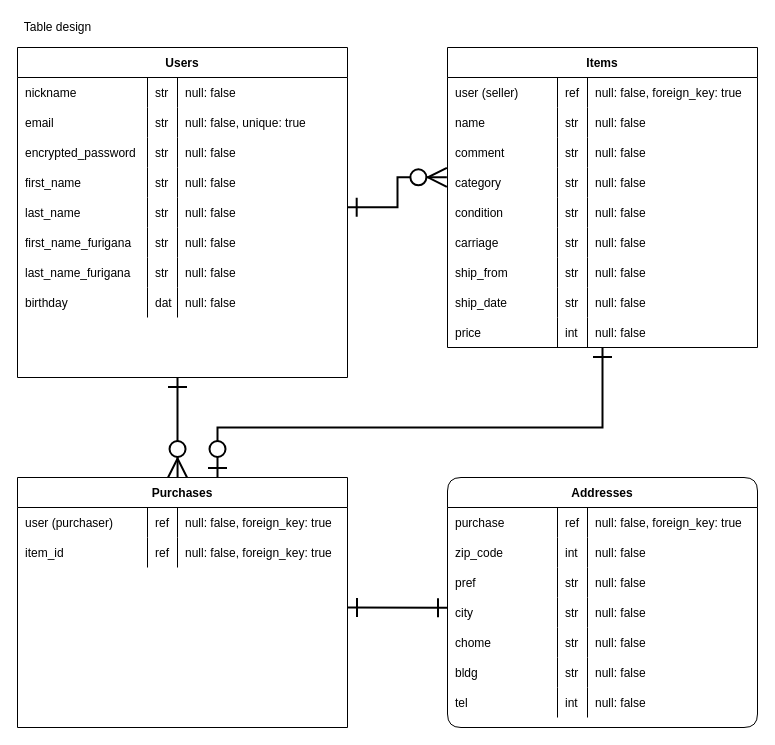
This is ERmap.dio from s-inoway/furima-28637, a draw.io file, before an edit. Source tidied: cells renumbered, new cells numbered last; positions are measured from the earlier drawing's top-left corner, leaving out a move shared by most shapes. Both pictures are drawn from the tidied source at 100%, with x=0, y=0 at pixel (17, 17).
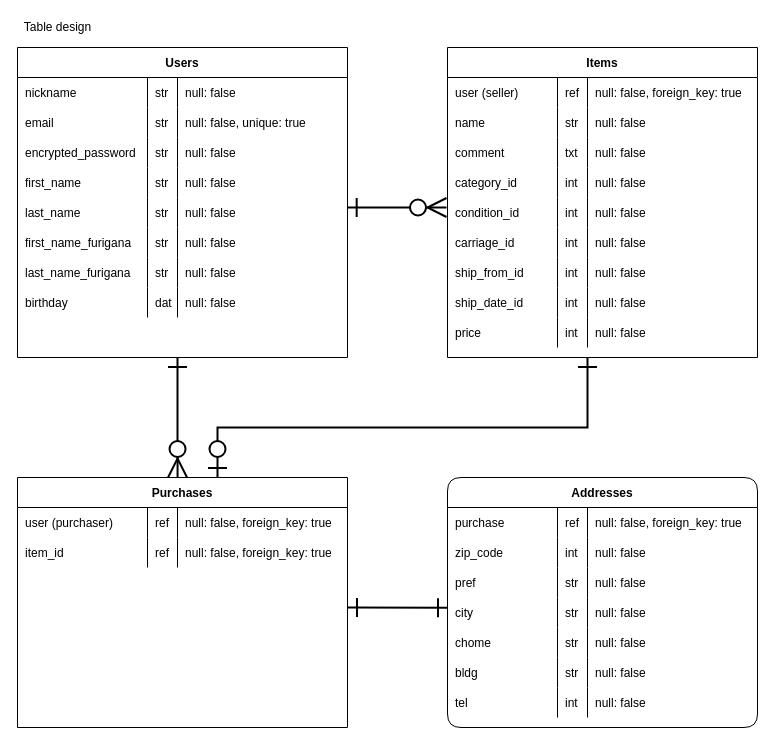
The same page after the edit.

Commit message:
ER図の再々更新

The change refers to these unchanged cells:
```xml
<mxCell id="20" style="shape=partialRectangle;fillColor=none;top=0;left=0;bottom=0;right=0;points=[[0,0.5],[1,0.5]];portConstraint=eastwest;" parent="3" vertex="1">
  <mxGeometry y="150" width="330" height="30" as="geometry" />
</mxCell>
<mxCell id="46" style="shape=partialRectangle;fillColor=none;top=0;left=0;bottom=0;right=0;" parent="37" vertex="1">
  <mxGeometry y="90" width="310" height="30" as="geometry" />
</mxCell>
<mxCell id="50" style="shape=partialRectangle;fillColor=none;top=0;left=0;bottom=0;right=0;points=[[0,0.5],[1,0.5]];portConstraint=eastwest;" parent="37" vertex="1">
  <mxGeometry y="120" width="310" height="30" as="geometry" />
</mxCell>
<mxCell id="54" style="shape=partialRectangle;fillColor=none;top=0;left=0;bottom=0;right=0;" parent="37" vertex="1">
  <mxGeometry y="150" width="310" height="30" as="geometry" />
</mxCell>
<mxCell id="58" style="shape=partialRectangle;fillColor=none;top=0;left=0;bottom=0;right=0;" parent="37" vertex="1">
  <mxGeometry y="180" width="310" height="30" as="geometry" />
</mxCell>
<mxCell id="62" style="shape=partialRectangle;fillColor=none;top=0;left=0;bottom=0;right=0;" parent="37" vertex="1">
  <mxGeometry y="210" width="310" height="30" as="geometry" />
</mxCell>
<mxCell id="66" style="shape=partialRectangle;fillColor=none;top=0;left=0;bottom=0;right=0;" parent="37" vertex="1">
  <mxGeometry y="240" width="310" height="30" as="geometry" />
</mxCell>
<mxCell id="75" value="Purchases" style="shape=table;startSize=30;childLayout=tableLayout;rowLines=0;fontStyle=1;align=center;rounded=0;" parent="1" vertex="1">
  <mxGeometry y="460" width="330" height="250" as="geometry" />
</mxCell>
```

Diff of the diagram source:
```diff
@@
     <mxCell id="2" style="edgeStyle=none;rounded=0;jettySize=auto;html=1;startArrow=ERone;startFill=0;endArrow=ERzeroToMany;endFill=1;strokeWidth=2;endSize=16;startSize=16;entryX=0.485;entryY=0;entryDx=0;entryDy=0;entryPerimeter=0;" parent="1" edge="1" target="75">
       <mxGeometry relative="1" as="geometry">
-        <mxPoint x="160" y="360" as="sourcePoint" />
+        <mxPoint x="160" y="340" as="sourcePoint" />
       </mxGeometry>
     </mxCell>
     <mxCell id="3" value="Users" style="shape=table;startSize=30;childLayout=tableLayout;rowLines=0;fontStyle=1;align=center;" parent="1" vertex="1">
-      <mxGeometry y="30" width="330" height="330" as="geometry" />
+      <mxGeometry y="30" width="330" height="310" as="geometry" />
     </mxCell>
@@
     <mxCell id="36" style="edgeStyle=orthogonalEdgeStyle;rounded=0;jettySize=auto;html=1;endArrow=ERzeroToOne;endFill=1;endSize=16;strokeWidth=2;startArrow=ERone;startFill=0;startSize=16;" parent="1" edge="1" source="37" target="75">
       <mxGeometry relative="1" as="geometry">
         <Array as="points">
-          <mxPoint x="585" y="410" />
+          <mxPoint x="570" y="410" />
           <mxPoint x="200" y="410" />
         </Array>
       </mxGeometry>
     </mxCell>
     <mxCell id="37" value="Items" style="shape=table;startSize=30;childLayout=tableLayout;rowLines=0;fontStyle=1;align=center;rounded=0;" parent="1" vertex="1">
-      <mxGeometry x="430" y="30" width="310" height="300" as="geometry" />
+      <mxGeometry x="430" y="30" width="310" height="310" as="geometry" />
     </mxCell>
@@
-    <mxCell id="48" value="str" style="shape=partialRectangle;fillColor=none;top=0;left=0;bottom=0;right=0;align=left;spacingLeft=6;overflow=hidden;" parent="46" vertex="1">
+    <mxCell id="48" value="txt" style="shape=partialRectangle;fillColor=none;top=0;left=0;bottom=0;right=0;align=left;spacingLeft=6;overflow=hidden;" parent="46" vertex="1">
       <mxGeometry x="110" width="30" height="30" as="geometry" />
     </mxCell>
@@
-    <mxCell id="51" value="category" style="shape=partialRectangle;fillColor=none;top=0;left=0;bottom=0;right=0;align=left;spacingLeft=6;overflow=hidden;" parent="50" vertex="1">
+    <mxCell id="51" value="category_id" style="shape=partialRectangle;fillColor=none;top=0;left=0;bottom=0;right=0;align=left;spacingLeft=6;overflow=hidden;" parent="50" vertex="1">
       <mxGeometry width="110" height="30" as="geometry" />
     </mxCell>
-    <mxCell id="52" value="str" style="shape=partialRectangle;fillColor=none;top=0;left=0;bottom=0;right=0;align=left;spacingLeft=6;overflow=hidden;" parent="50" vertex="1">
+    <mxCell id="52" value="int" style="shape=partialRectangle;fillColor=none;top=0;left=0;bottom=0;right=0;align=left;spacingLeft=6;overflow=hidden;" parent="50" vertex="1">
       <mxGeometry x="110" width="30" height="30" as="geometry" />
     </mxCell>
@@
-    <mxCell id="55" value="condition" style="shape=partialRectangle;fillColor=none;top=0;left=0;bottom=0;right=0;align=left;spacingLeft=6;overflow=hidden;" parent="54" vertex="1">
+    <mxCell id="55" value="condition_id" style="shape=partialRectangle;fillColor=none;top=0;left=0;bottom=0;right=0;align=left;spacingLeft=6;overflow=hidden;" parent="54" vertex="1">
       <mxGeometry width="110" height="30" as="geometry" />
     </mxCell>
-    <mxCell id="56" value="str" style="shape=partialRectangle;fillColor=none;top=0;left=0;bottom=0;right=0;align=left;spacingLeft=6;overflow=hidden;" parent="54" vertex="1">
+    <mxCell id="56" value="int" style="shape=partialRectangle;fillColor=none;top=0;left=0;bottom=0;right=0;align=left;spacingLeft=6;overflow=hidden;" parent="54" vertex="1">
       <mxGeometry x="110" width="30" height="30" as="geometry" />
     </mxCell>
@@
-    <mxCell id="59" value="carriage" style="shape=partialRectangle;fillColor=none;top=0;left=0;bottom=0;right=0;align=left;spacingLeft=6;overflow=hidden;" parent="58" vertex="1">
+    <mxCell id="59" value="carriage_id" style="shape=partialRectangle;fillColor=none;top=0;left=0;bottom=0;right=0;align=left;spacingLeft=6;overflow=hidden;" parent="58" vertex="1">
       <mxGeometry width="110" height="30" as="geometry" />
     </mxCell>
-    <mxCell id="60" value="str" style="shape=partialRectangle;fillColor=none;top=0;left=0;bottom=0;right=0;align=left;spacingLeft=6;overflow=hidden;" parent="58" vertex="1">
+    <mxCell id="60" value="int" style="shape=partialRectangle;fillColor=none;top=0;left=0;bottom=0;right=0;align=left;spacingLeft=6;overflow=hidden;" parent="58" vertex="1">
       <mxGeometry x="110" width="30" height="30" as="geometry" />
     </mxCell>
@@
-    <mxCell id="63" value="ship_from" style="shape=partialRectangle;fillColor=none;top=0;left=0;bottom=0;right=0;align=left;spacingLeft=6;overflow=hidden;" parent="62" vertex="1">
+    <mxCell id="63" value="ship_from_id" style="shape=partialRectangle;fillColor=none;top=0;left=0;bottom=0;right=0;align=left;spacingLeft=6;overflow=hidden;" parent="62" vertex="1">
       <mxGeometry width="110" height="30" as="geometry" />
     </mxCell>
-    <mxCell id="64" value="str" style="shape=partialRectangle;fillColor=none;top=0;left=0;bottom=0;right=0;align=left;spacingLeft=6;overflow=hidden;" parent="62" vertex="1">
+    <mxCell id="64" value="int" style="shape=partialRectangle;fillColor=none;top=0;left=0;bottom=0;right=0;align=left;spacingLeft=6;overflow=hidden;" parent="62" vertex="1">
       <mxGeometry x="110" width="30" height="30" as="geometry" />
     </mxCell>
@@
-    <mxCell id="67" value="ship_date" style="shape=partialRectangle;fillColor=none;top=0;left=0;bottom=0;right=0;align=left;spacingLeft=6;overflow=hidden;" parent="66" vertex="1">
+    <mxCell id="67" value="ship_date_id" style="shape=partialRectangle;fillColor=none;top=0;left=0;bottom=0;right=0;align=left;spacingLeft=6;overflow=hidden;" parent="66" vertex="1">
       <mxGeometry width="110" height="30" as="geometry" />
     </mxCell>
-    <mxCell id="68" value="str" style="shape=partialRectangle;fillColor=none;top=0;left=0;bottom=0;right=0;align=left;spacingLeft=6;overflow=hidden;" parent="66" vertex="1">
+    <mxCell id="68" value="int" style="shape=partialRectangle;fillColor=none;top=0;left=0;bottom=0;right=0;align=left;spacingLeft=6;overflow=hidden;" parent="66" vertex="1">
       <mxGeometry x="110" width="30" height="30" as="geometry" />
     </mxCell>
@@
-    <mxCell id="114" style="edgeStyle=orthogonalEdgeStyle;rounded=0;jettySize=auto;html=1;entryX=-0.002;entryY=0.328;entryDx=0;entryDy=0;endArrow=ERzeroToMany;endFill=1;startArrow=ERone;startFill=0;strokeWidth=2;endSize=16;startSize=16;exitX=0.999;exitY=0.328;exitDx=0;exitDy=0;exitPerimeter=0;entryPerimeter=0;" parent="1" edge="1" source="20" target="50">
-      <mxGeometry relative="1" as="geometry" />
+    <mxCell id="114" style="edgeStyle=orthogonalEdgeStyle;rounded=0;jettySize=auto;html=1;endArrow=ERzeroToMany;endFill=1;startArrow=ERone;startFill=0;strokeWidth=2;endSize=16;startSize=16;exitX=0.999;exitY=0.328;exitDx=0;exitDy=0;exitPerimeter=0;" parent="1" edge="1" source="20">
+      <mxGeometry relative="1" as="geometry">
+        <mxPoint x="429" y="190" as="targetPoint" />
+        <Array as="points">
+          <mxPoint x="429" y="190" />
+        </Array>
+      </mxGeometry>
     </mxCell>
```
